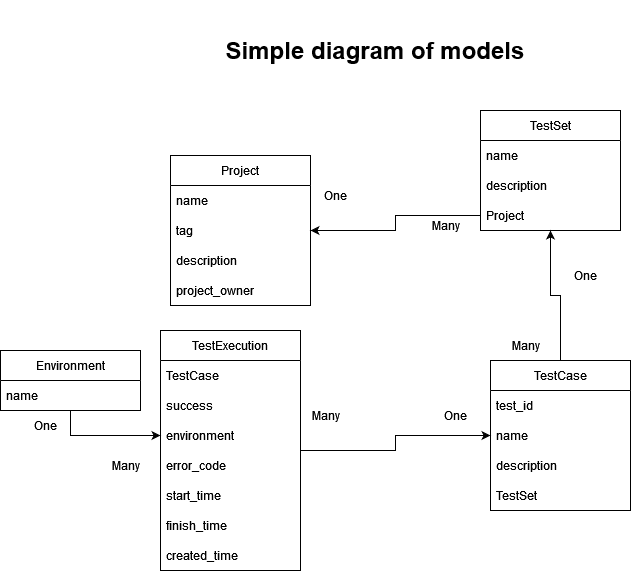
Above: docs/database.drawio.png in baldm/TestLens (draw.io), before the change. Source tidied: cells renumbered, new cells last; positions are measured from the earlier drawing's top-left corner, leaving out a move shared by most shapes.
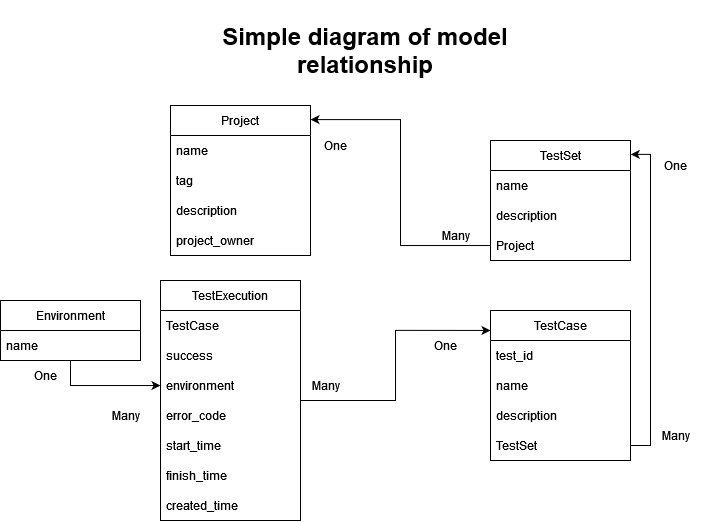
After the change.

Change to the diagram source:
```diff
@@ -17,10 +17,10 @@
     <mxCell id="6" value="project_owner" style="text;strokeColor=none;fillColor=none;align=left;verticalAlign=middle;spacingLeft=4;spacingRight=4;overflow=hidden;" parent="2" vertex="1">
       <mxGeometry y="120" width="140" height="30" as="geometry" />
     </mxCell>
-    <mxCell id="7" value="&lt;h1&gt;Simple diagram of models&lt;/h1&gt;" style="text;html=1;align=center;verticalAlign=middle;whiteSpace=wrap;rounded=0;perimeterSpacing=0;glass=0;fillColor=none;" parent="1" vertex="1">
-      <mxGeometry x="200" width="350" height="100" as="geometry" />
+    <mxCell id="7" value="&lt;h1&gt;Simple diagram of model relationship&lt;br&gt;&lt;/h1&gt;" style="text;html=1;align=center;verticalAlign=middle;whiteSpace=wrap;rounded=0;perimeterSpacing=0;glass=0;fillColor=none;" parent="1" vertex="1">
+      <mxGeometry x="190" y="50" width="350" height="100" as="geometry" />
     </mxCell>
-    <mxCell id="8" style="edgeStyle=orthogonalEdgeStyle;rounded=0;jettySize=auto;html=1;" parent="1" edge="1" source="9" target="18">
+    <mxCell id="8" style="edgeStyle=orthogonalEdgeStyle;rounded=0;jettySize=auto;html=1;entryX=0;entryY=0.133;entryDx=0;entryDy=0;entryPerimeter=0;" parent="1" edge="1" source="9" target="18">
       <mxGeometry relative="1" as="geometry" />
     </mxCell>
     <mxCell id="9" value="TestExecution" style="swimlane;fontStyle=0;horizontal=1;startSize=30;" parent="1" vertex="1">
@@ -47,9 +47,6 @@
     <mxCell id="16" value="created_time" style="text;strokeColor=none;fillColor=none;align=left;verticalAlign=middle;spacingLeft=4;spacingRight=4;overflow=hidden;" parent="9" vertex="1">
       <mxGeometry y="210" width="140" height="30" as="geometry" />
     </mxCell>
-    <mxCell id="17" style="edgeStyle=orthogonalEdgeStyle;rounded=0;jettySize=auto;html=1;entryX=0.5;entryY=1;entryDx=0;entryDy=0;" parent="1" edge="1" source="18" target="23">
-      <mxGeometry relative="1" as="geometry" />
-    </mxCell>
     <mxCell id="18" value="TestCase" style="swimlane;fontStyle=0;horizontal=1;startSize=30;" parent="1" vertex="1">
       <mxGeometry x="490" y="360" width="140" height="150" as="geometry" />
     </mxCell>
@@ -66,7 +63,7 @@
       <mxGeometry y="120" width="140" height="30" as="geometry" />
     </mxCell>
     <mxCell id="23" value="TestSet" style="swimlane;fontStyle=0;horizontal=1;startSize=30;" parent="1" vertex="1">
-      <mxGeometry x="480" y="110" width="140" height="120" as="geometry" />
+      <mxGeometry x="490" y="190" width="140" height="120" as="geometry" />
     </mxCell>
     <mxCell id="24" value="name" style="text;strokeColor=none;fillColor=none;align=left;verticalAlign=middle;spacingLeft=4;spacingRight=4;overflow=hidden;" parent="23" vertex="1">
       <mxGeometry y="30" width="140" height="30" as="geometry" />
@@ -78,22 +75,19 @@
       <mxGeometry y="90" width="140" height="30" as="geometry" />
     </mxCell>
     <mxCell id="27" value="One" style="text;html=1;align=center;verticalAlign=middle;strokeColor=none;fillColor=none;" parent="1" vertex="1">
-      <mxGeometry x="430" y="400" width="50" height="30" as="geometry" />
+      <mxGeometry x="420" y="380" width="50" height="30" as="geometry" />
     </mxCell>
     <mxCell id="28" value="Many" style="text;html=1;align=center;verticalAlign=middle;strokeColor=none;fillColor=none;" parent="1" vertex="1">
-      <mxGeometry x="300" y="400" width="50" height="30" as="geometry" />
+      <mxGeometry x="300" y="420" width="50" height="30" as="geometry" />
     </mxCell>
-    <mxCell id="29" style="edgeStyle=orthogonalEdgeStyle;rounded=0;jettySize=auto;html=1;entryX=1;entryY=0.5;entryDx=0;entryDy=0;" parent="1" edge="1" source="26" target="2">
-      <mxGeometry relative="1" as="geometry" />
-    </mxCell>
     <mxCell id="30" value="Many" style="text;html=1;align=center;verticalAlign=middle;strokeColor=none;fillColor=none;" parent="1" vertex="1">
-      <mxGeometry x="500" y="330" width="50" height="30" as="geometry" />
+      <mxGeometry x="650" y="470" width="50" height="30" as="geometry" />
     </mxCell>
     <mxCell id="31" value="One" style="text;html=1;align=center;verticalAlign=middle;strokeColor=none;fillColor=none;" parent="1" vertex="1">
-      <mxGeometry x="560" y="260" width="50" height="30" as="geometry" />
+      <mxGeometry x="650" y="200" width="50" height="30" as="geometry" />
     </mxCell>
     <mxCell id="32" value="Many" style="text;html=1;align=center;verticalAlign=middle;strokeColor=none;fillColor=none;" parent="1" vertex="1">
-      <mxGeometry x="420" y="210" width="50" height="30" as="geometry" />
+      <mxGeometry x="430" y="270" width="50" height="30" as="geometry" />
     </mxCell>
     <mxCell id="33" value="One" style="text;html=1;align=center;verticalAlign=middle;strokeColor=none;fillColor=none;" parent="1" vertex="1">
       <mxGeometry x="310" y="180" width="50" height="30" as="geometry" />
@@ -113,5 +107,11 @@
     <mxCell id="38" value="Many" style="text;html=1;align=center;verticalAlign=middle;strokeColor=none;fillColor=none;" parent="1" vertex="1">
       <mxGeometry x="100" y="450" width="50" height="30" as="geometry" />
     </mxCell>
+    <mxCell id="39" style="edgeStyle=orthogonalEdgeStyle;rounded=0;jettySize=auto;html=1;entryX=1.002;entryY=0.116;entryDx=0;entryDy=0;entryPerimeter=0;exitX=1;exitY=0.5;exitDx=0;exitDy=0;" parent="1" edge="1" source="22" target="23">
+      <mxGeometry relative="1" as="geometry" />
+    </mxCell>
+    <mxCell id="29" style="edgeStyle=orthogonalEdgeStyle;rounded=0;jettySize=auto;html=1;entryX=1;entryY=0.094;entryDx=0;entryDy=0;entryPerimeter=0;" parent="1" edge="1" source="26" target="2">
+      <mxGeometry relative="1" as="geometry" />
+    </mxCell>
   </root>
 </mxGraphModel>
```
